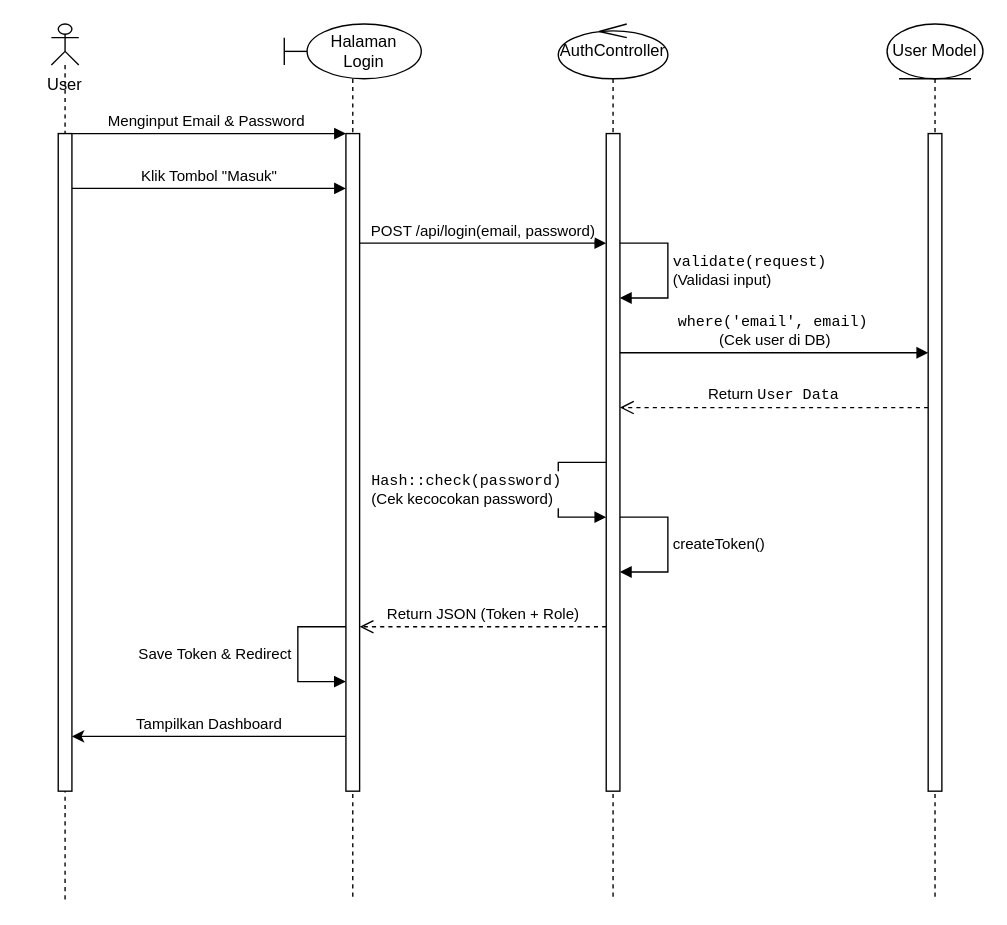
Earlier version of the draw.io diagram Diagram Tanpa Judul.drawio (UlulAzmiALatala/moodly-app). Source tidied: cells renumbered, new cells numbered last; positions are measured from the earlier drawing's top-left corner, leaving out a move shared by most shapes. Both pictures are drawn from the tidied source at 137%, with x=0, y=0 at pixel (23, 23).
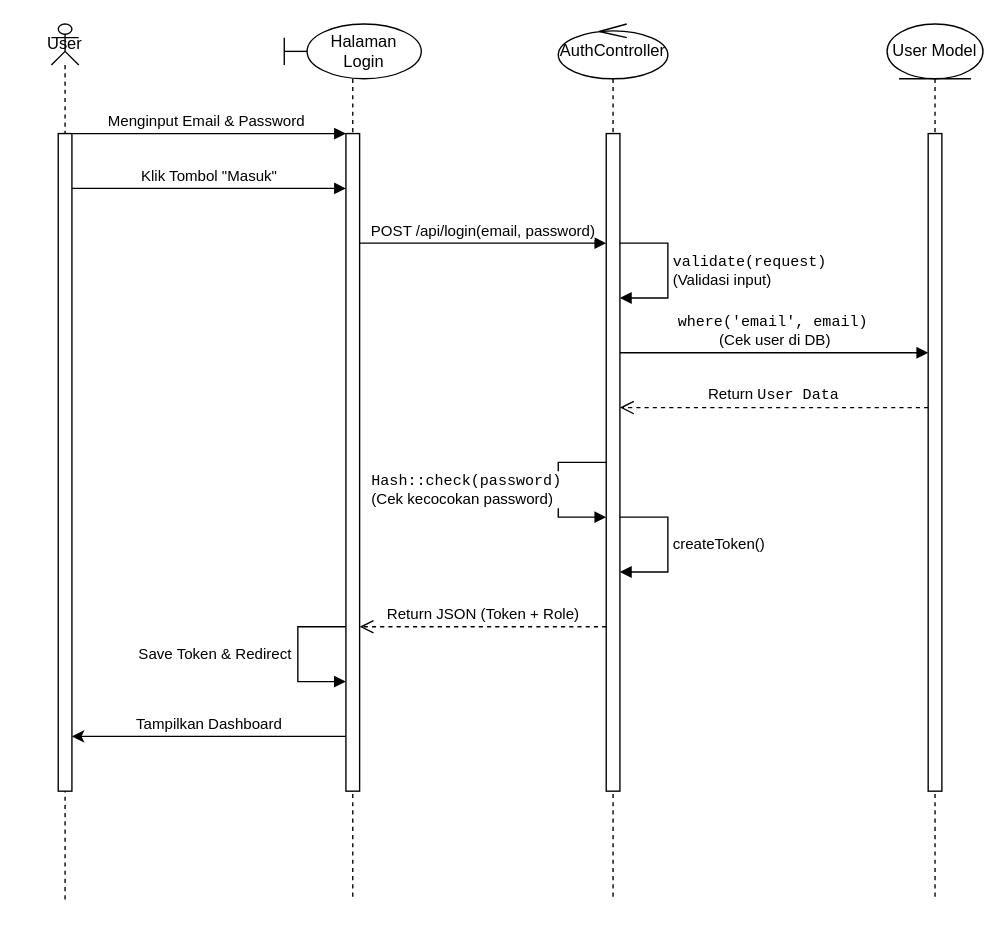
Above is the later version.

Change to the diagram source:
```diff
@@
-    <mxCell id="4" style="shape=umlLifeline;perimeter=lifelinePerimeter;whiteSpace=wrap;html=1;outlineConnect=0;portConstraint=eastwest;newEdgeStyle={&quot;curved&quot;:0,&quot;rounded&quot;:0};participant=umlActor;size=30;" parent="1" vertex="1">
+    <mxCell id="4" value="User" style="shape=umlLifeline;perimeter=lifelinePerimeter;whiteSpace=wrap;html=1;outlineConnect=0;portConstraint=eastwest;newEdgeStyle={&quot;curved&quot;:0,&quot;rounded&quot;:0};participant=umlActor;size=30;" parent="1" vertex="1">
       <mxGeometry x="20" width="20" height="640" as="geometry" />
     </mxCell>
@@
-    <mxCell id="21" value="User" style="text;html=1;whiteSpace=wrap;strokeColor=none;fillColor=none;align=center;verticalAlign=middle;rounded=0;" parent="1" vertex="1">
-      <mxGeometry y="30" width="60" height="30" as="geometry" />
-    </mxCell>
```
